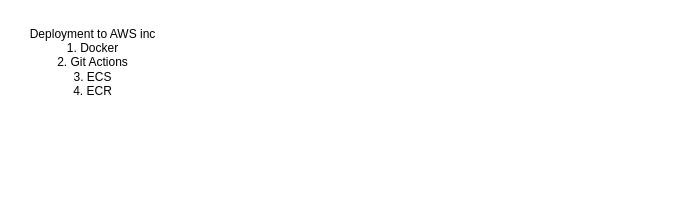
The draw.io diagram Untitled Diagram.drawio in Cal3574/logic_diagrams, before the edit. Source tidied: cells renumbered, new cells numbered last; positions are measured from the earlier drawing's top-left corner, leaving out a move shared by most shapes. Both pictures are drawn from the tidied source at 100%, with x=0, y=0 at pixel (17, 17).
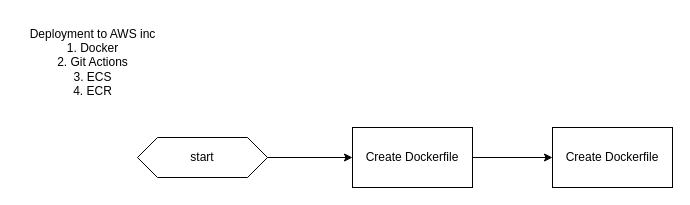
The same diagram, later.

Commit message:
Deployment to AWS w/docker.drawio

The edit, as a diff of the source:
```diff
@@
 <mxGraphModel>
   <root>
     <mxCell id="0" />
     <mxCell id="1" parent="0" />
     <mxCell id="2" value="Deployment to AWS inc&lt;div&gt;1. Docker&lt;/div&gt;&lt;div&gt;2. Git Actions&lt;/div&gt;&lt;div&gt;3. ECS&lt;/div&gt;&lt;div&gt;4. ECR&lt;/div&gt;" style="text;html=1;align=center;verticalAlign=middle;strokeColor=none;fillColor=none;" parent="1" vertex="1">
       <mxGeometry width="150" height="90" as="geometry" />
     </mxCell>
+    <mxCell id="3" style="edgeStyle=orthogonalEdgeStyle;rounded=0;jettySize=auto;html=1;" parent="1" edge="1" source="4" target="6">
+      <mxGeometry relative="1" as="geometry" />
+    </mxCell>
+    <mxCell id="4" value="start" style="shape=hexagon;perimeter=hexagonPerimeter2;whiteSpace=wrap;html=1;fixedSize=1;" parent="1" vertex="1">
+      <mxGeometry x="120" y="120" width="130" height="40" as="geometry" />
+    </mxCell>
+    <mxCell id="5" style="edgeStyle=orthogonalEdgeStyle;rounded=0;jettySize=auto;html=1;" parent="1" edge="1" source="6" target="7">
+      <mxGeometry relative="1" as="geometry" />
+    </mxCell>
+    <mxCell id="6" value="Create Dockerfile" style="whiteSpace=wrap;html=1;" parent="1" vertex="1">
+      <mxGeometry x="335" y="110" width="120" height="60" as="geometry" />
+    </mxCell>
+    <mxCell id="7" value="Create Dockerfile" style="whiteSpace=wrap;html=1;" parent="1" vertex="1">
+      <mxGeometry x="535" y="110" width="120" height="60" as="geometry" />
+    </mxCell>
   </root>
 </mxGraphModel>
```
